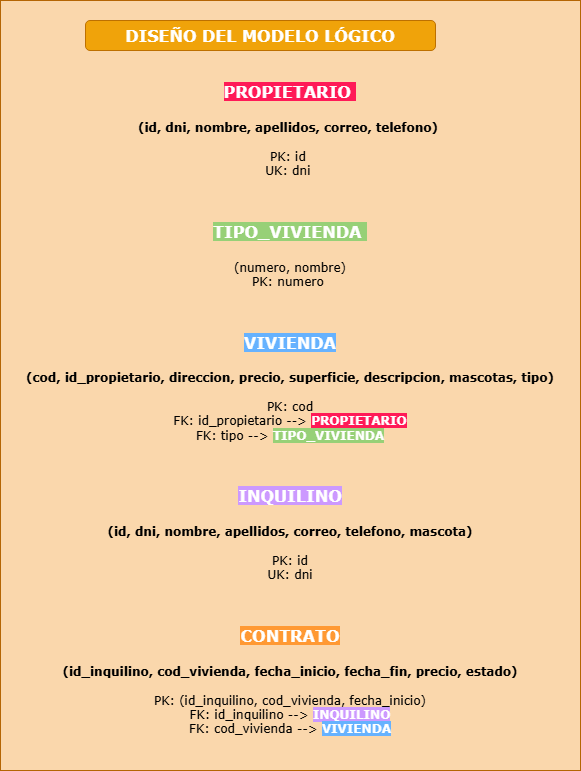
Earlier version of the draw.io export BASE-DATOS/DISEÑO-LOGICO/diagrama-diseño-logico.png (ahdexito/alquilaria). Source tidied: cells renumbered, new cells last; positions are measured from the earlier drawing's top-left corner, leaving out a move shared by most shapes. Source of this version:
```xml
<mxGraphModel>
  <root>
    <mxCell id="0" />
    <mxCell id="1" parent="0" />
    <mxCell id="2" value="&lt;div&gt;&lt;font face=&quot;Verdana&quot;&gt;&lt;br&gt;&lt;/font&gt;&lt;/div&gt;&lt;div&gt;&lt;font face=&quot;Verdana&quot;&gt;&lt;br&gt;&lt;/font&gt;&lt;/div&gt;&lt;b&gt;&lt;font face=&quot;Verdana&quot; style=&quot;font-size: 16px; background-color: rgb(255, 26, 87); color: rgb(255, 255, 255);&quot;&gt;&lt;div&gt;&lt;b&gt;&lt;font face=&quot;Verdana&quot; style=&quot;font-size: 16px; background-color: rgb(255, 26, 87); color: rgb(255, 255, 255);&quot;&gt;&lt;br&gt;&lt;/font&gt;&lt;/b&gt;&lt;/div&gt;PROPIETARIO&amp;nbsp;&lt;/font&gt;&lt;/b&gt;&lt;div&gt;&lt;font face=&quot;Verdana&quot; color=&quot;#ffffff&quot;&gt;&lt;span style=&quot;font-size: 16px;&quot;&gt;&lt;b&gt;&lt;br&gt;&lt;/b&gt;&lt;/span&gt;&lt;/font&gt;&lt;div&gt;&lt;font face=&quot;Verdana&quot;&gt;&lt;b&gt;(id, dni, nombre, apellidos, correo, telefono)&amp;nbsp;&lt;/b&gt;&lt;/font&gt;&lt;/div&gt;&lt;div&gt;&lt;font face=&quot;Verdana&quot;&gt;&lt;b&gt;&lt;br&gt;&lt;/b&gt;&lt;/font&gt;&lt;/div&gt;&lt;div&gt;&lt;font face=&quot;Verdana&quot;&gt;PK: id&amp;nbsp;&lt;/font&gt;&lt;/div&gt;&lt;div&gt;&lt;font face=&quot;Verdana&quot;&gt;UK: dni&amp;nbsp;&lt;/font&gt;&lt;/div&gt;&lt;div&gt;&lt;font face=&quot;Verdana&quot;&gt;&lt;br&gt;&lt;/font&gt;&lt;/div&gt;&lt;div&gt;&lt;font face=&quot;Verdana&quot;&gt;&lt;br&gt;&lt;/font&gt;&lt;/div&gt;&lt;div&gt;&lt;font face=&quot;Verdana&quot;&gt;&lt;br&gt;&lt;/font&gt;&lt;/div&gt;&lt;div&gt;&lt;font face=&quot;Verdana&quot; style=&quot;font-size: 16px; color: rgb(255, 255, 255);&quot;&gt;&lt;b style=&quot;background-color: rgb(151, 208, 119);&quot;&gt;TIPO_VIVIENDA&amp;nbsp;&lt;/b&gt;&lt;/font&gt;&lt;/div&gt;&lt;div&gt;&lt;font face=&quot;Verdana&quot; style=&quot;font-size: 16px; color: rgb(255, 255, 255);&quot;&gt;&lt;b style=&quot;background-color: rgb(151, 208, 119);&quot;&gt;&lt;br&gt;&lt;/b&gt;&lt;/font&gt;&lt;/div&gt;&lt;div&gt;&lt;font face=&quot;Verdana&quot;&gt;(numero, nombre)&lt;/font&gt;&lt;/div&gt;&lt;div&gt;&lt;font face=&quot;Verdana&quot;&gt;PK: numero&amp;nbsp;&lt;/font&gt;&lt;/div&gt;&lt;div&gt;&lt;font face=&quot;Verdana&quot;&gt;&lt;br&gt;&lt;/font&gt;&lt;/div&gt;&lt;div&gt;&lt;font face=&quot;Verdana&quot;&gt;&lt;br&gt;&lt;/font&gt;&lt;/div&gt;&lt;div&gt;&lt;font face=&quot;Verdana&quot;&gt;&lt;br&gt;&lt;/font&gt;&lt;/div&gt;&lt;div&gt;&lt;font face=&quot;Verdana&quot;&gt;&lt;font style=&quot;font-size: 16px; color: rgb(255, 255, 255);&quot;&gt;&lt;b style=&quot;background-color: rgb(102, 178, 255);&quot;&gt;VIVIENDA&lt;/b&gt;&lt;/font&gt;&lt;/font&gt;&lt;/div&gt;&lt;div&gt;&lt;font face=&quot;Verdana&quot;&gt;&lt;font color=&quot;#ffffff&quot;&gt;&lt;span style=&quot;font-size: 16px;&quot;&gt;&lt;b&gt;&lt;br&gt;&lt;/b&gt;&lt;/span&gt;&lt;/font&gt;&lt;b&gt;(cod, id_propietario, direccion, precio, superficie, descripcion, mascotas, tipo)&lt;/b&gt;&lt;/font&gt;&lt;/div&gt;&lt;div&gt;&lt;font face=&quot;Verdana&quot;&gt;&lt;b&gt;&lt;br&gt;&lt;/b&gt;&lt;/font&gt;&lt;/div&gt;&lt;div&gt;&lt;font face=&quot;Verdana&quot;&gt;PK: cod&lt;br&gt;FK: id_propietario --&amp;gt; &lt;font style=&quot;color: rgb(255, 255, 255);&quot;&gt;&lt;b style=&quot;background-color: rgb(255, 26, 87);&quot;&gt;PROPIETARIO&lt;/b&gt;&lt;/font&gt;&lt;br&gt;FK: tipo --&amp;gt; &lt;font style=&quot;color: rgb(255, 255, 255);&quot;&gt;&lt;b style=&quot;background-color: rgb(151, 208, 119);&quot;&gt;TIPO_VIVIENDA&lt;/b&gt;&lt;/font&gt;&lt;/font&gt;&lt;/div&gt;&lt;div&gt;&lt;font face=&quot;Verdana&quot;&gt;&lt;br&gt;&lt;/font&gt;&lt;/div&gt;&lt;div&gt;&lt;font face=&quot;Verdana&quot;&gt;&lt;br&gt;&lt;/font&gt;&lt;/div&gt;&lt;div&gt;&lt;font face=&quot;Verdana&quot;&gt;&lt;br&gt;&lt;font&gt;&lt;b style=&quot;&quot;&gt;&lt;font style=&quot;font-size: 16px; color: rgb(255, 255, 255); background-color: rgb(204, 153, 255);&quot;&gt;INQUILINO&lt;/font&gt;&lt;/b&gt;&lt;/font&gt;&lt;/font&gt;&lt;/div&gt;&lt;div&gt;&lt;font face=&quot;Verdana&quot;&gt;&lt;font&gt;&lt;font color=&quot;#ffffff&quot;&gt;&lt;span style=&quot;font-size: 16px;&quot;&gt;&lt;b&gt;&lt;br&gt;&lt;/b&gt;&lt;/span&gt;&lt;/font&gt;&lt;/font&gt;&lt;b&gt;(id, dni, nombre, apellidos, correo, telefono, mascota)&lt;/b&gt;&lt;/font&gt;&lt;/div&gt;&lt;div&gt;&lt;font face=&quot;Verdana&quot;&gt;&lt;b&gt;&lt;br&gt;&lt;/b&gt;PK: id&lt;br&gt;UK: dni&lt;/font&gt;&lt;/div&gt;&lt;div&gt;&lt;font face=&quot;Verdana&quot;&gt;&lt;br&gt;&lt;/font&gt;&lt;/div&gt;&lt;div&gt;&lt;font face=&quot;Verdana&quot;&gt;&lt;br&gt;&lt;/font&gt;&lt;/div&gt;&lt;div&gt;&lt;font face=&quot;Verdana&quot;&gt;&lt;br&gt;&lt;font&gt;&lt;b style=&quot;&quot;&gt;&lt;font style=&quot;font-size: 16px; color: rgb(255, 255, 255); background-color: rgb(255, 153, 51);&quot;&gt;CONTRATO&lt;/font&gt;&lt;/b&gt;&lt;/font&gt;&lt;/font&gt;&lt;/div&gt;&lt;div&gt;&lt;font face=&quot;Verdana&quot;&gt;&lt;font&gt;&lt;font color=&quot;#ffffff&quot;&gt;&lt;span style=&quot;font-size: 16px;&quot;&gt;&lt;b&gt;&lt;br&gt;&lt;/b&gt;&lt;/span&gt;&lt;/font&gt;&lt;/font&gt;&lt;b&gt;(id_inquilino, cod_vivienda, fecha_inicio, fecha_fin, precio, estado)&lt;/b&gt;&lt;/font&gt;&lt;/div&gt;&lt;div&gt;&lt;font face=&quot;Verdana&quot;&gt;&lt;b&gt;&lt;br&gt;&lt;/b&gt;PK: (id_inquilino, cod_vivienda, fecha_inicio)&lt;br&gt;FK: id_inquilino --&amp;gt; &lt;font style=&quot;color: rgb(255, 255, 255);&quot;&gt;&lt;b style=&quot;background-color: rgb(204, 153, 255);&quot;&gt;INQUILINO&lt;/b&gt;&lt;/font&gt;&lt;br&gt;FK: cod_vivienda --&amp;gt; &lt;font style=&quot;color: rgb(255, 255, 255);&quot;&gt;&lt;b style=&quot;background-color: rgb(102, 178, 255);&quot;&gt;VIVIENDA&lt;/b&gt;&lt;/font&gt;&lt;/font&gt;&lt;/div&gt;&lt;/div&gt;" style="rounded=0;whiteSpace=wrap;html=1;fillColor=#fad7ac;strokeColor=#b46504;" parent="1" vertex="1">
      <mxGeometry width="580" height="770" as="geometry" />
    </mxCell>
    <mxCell id="3" value="&lt;b&gt;&lt;font face=&quot;Verdana&quot; style=&quot;font-size: 16px; color: rgb(255, 255, 255);&quot;&gt;DISEÑO DEL MODELO LÓGICO&lt;/font&gt;&lt;/b&gt;" style="rounded=1;whiteSpace=wrap;html=1;fillColor=#f0a30a;strokeColor=#BD7000;fontColor=#000000;" parent="1" vertex="1">
      <mxGeometry x="85" y="20" width="350" height="30" as="geometry" />
    </mxCell>
  </root>
</mxGraphModel>
```
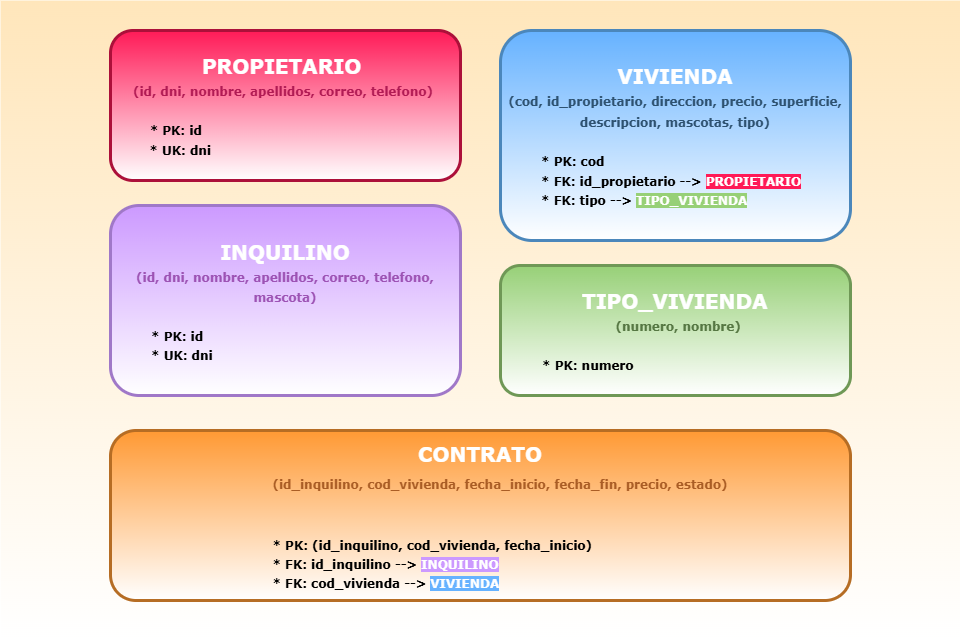
The same diagram one commit later.

What changed in the source:
```diff
@@ -2,11 +2,23 @@
   <root>
     <mxCell id="0" />
     <mxCell id="1" parent="0" />
-    <mxCell id="2" value="&lt;div&gt;&lt;font face=&quot;Verdana&quot;&gt;&lt;br&gt;&lt;/font&gt;&lt;/div&gt;&lt;div&gt;&lt;font face=&quot;Verdana&quot;&gt;&lt;br&gt;&lt;/font&gt;&lt;/div&gt;&lt;b&gt;&lt;font face=&quot;Verdana&quot; style=&quot;font-size: 16px; background-color: rgb(255, 26, 87); color: rgb(255, 255, 255);&quot;&gt;&lt;div&gt;&lt;b&gt;&lt;font face=&quot;Verdana&quot; style=&quot;font-size: 16px; background-color: rgb(255, 26, 87); color: rgb(255, 255, 255);&quot;&gt;&lt;br&gt;&lt;/font&gt;&lt;/b&gt;&lt;/div&gt;PROPIETARIO&amp;nbsp;&lt;/font&gt;&lt;/b&gt;&lt;div&gt;&lt;font face=&quot;Verdana&quot; color=&quot;#ffffff&quot;&gt;&lt;span style=&quot;font-size: 16px;&quot;&gt;&lt;b&gt;&lt;br&gt;&lt;/b&gt;&lt;/span&gt;&lt;/font&gt;&lt;div&gt;&lt;font face=&quot;Verdana&quot;&gt;&lt;b&gt;(id, dni, nombre, apellidos, correo, telefono)&amp;nbsp;&lt;/b&gt;&lt;/font&gt;&lt;/div&gt;&lt;div&gt;&lt;font face=&quot;Verdana&quot;&gt;&lt;b&gt;&lt;br&gt;&lt;/b&gt;&lt;/font&gt;&lt;/div&gt;&lt;div&gt;&lt;font face=&quot;Verdana&quot;&gt;PK: id&amp;nbsp;&lt;/font&gt;&lt;/div&gt;&lt;div&gt;&lt;font face=&quot;Verdana&quot;&gt;UK: dni&amp;nbsp;&lt;/font&gt;&lt;/div&gt;&lt;div&gt;&lt;font face=&quot;Verdana&quot;&gt;&lt;br&gt;&lt;/font&gt;&lt;/div&gt;&lt;div&gt;&lt;font face=&quot;Verdana&quot;&gt;&lt;br&gt;&lt;/font&gt;&lt;/div&gt;&lt;div&gt;&lt;font face=&quot;Verdana&quot;&gt;&lt;br&gt;&lt;/font&gt;&lt;/div&gt;&lt;div&gt;&lt;font face=&quot;Verdana&quot; style=&quot;font-size: 16px; color: rgb(255, 255, 255);&quot;&gt;&lt;b style=&quot;background-color: rgb(151, 208, 119);&quot;&gt;TIPO_VIVIENDA&amp;nbsp;&lt;/b&gt;&lt;/font&gt;&lt;/div&gt;&lt;div&gt;&lt;font face=&quot;Verdana&quot; style=&quot;font-size: 16px; color: rgb(255, 255, 255);&quot;&gt;&lt;b style=&quot;background-color: rgb(151, 208, 119);&quot;&gt;&lt;br&gt;&lt;/b&gt;&lt;/font&gt;&lt;/div&gt;&lt;div&gt;&lt;font face=&quot;Verdana&quot;&gt;(numero, nombre)&lt;/font&gt;&lt;/div&gt;&lt;div&gt;&lt;font face=&quot;Verdana&quot;&gt;PK: numero&amp;nbsp;&lt;/font&gt;&lt;/div&gt;&lt;div&gt;&lt;font face=&quot;Verdana&quot;&gt;&lt;br&gt;&lt;/font&gt;&lt;/div&gt;&lt;div&gt;&lt;font face=&quot;Verdana&quot;&gt;&lt;br&gt;&lt;/font&gt;&lt;/div&gt;&lt;div&gt;&lt;font face=&quot;Verdana&quot;&gt;&lt;br&gt;&lt;/font&gt;&lt;/div&gt;&lt;div&gt;&lt;font face=&quot;Verdana&quot;&gt;&lt;font style=&quot;font-size: 16px; color: rgb(255, 255, 255);&quot;&gt;&lt;b style=&quot;background-color: rgb(102, 178, 255);&quot;&gt;VIVIENDA&lt;/b&gt;&lt;/font&gt;&lt;/font&gt;&lt;/div&gt;&lt;div&gt;&lt;font face=&quot;Verdana&quot;&gt;&lt;font color=&quot;#ffffff&quot;&gt;&lt;span style=&quot;font-size: 16px;&quot;&gt;&lt;b&gt;&lt;br&gt;&lt;/b&gt;&lt;/span&gt;&lt;/font&gt;&lt;b&gt;(cod, id_propietario, direccion, precio, superficie, descripcion, mascotas, tipo)&lt;/b&gt;&lt;/font&gt;&lt;/div&gt;&lt;div&gt;&lt;font face=&quot;Verdana&quot;&gt;&lt;b&gt;&lt;br&gt;&lt;/b&gt;&lt;/font&gt;&lt;/div&gt;&lt;div&gt;&lt;font face=&quot;Verdana&quot;&gt;PK: cod&lt;br&gt;FK: id_propietario --&amp;gt; &lt;font style=&quot;color: rgb(255, 255, 255);&quot;&gt;&lt;b style=&quot;background-color: rgb(255, 26, 87);&quot;&gt;PROPIETARIO&lt;/b&gt;&lt;/font&gt;&lt;br&gt;FK: tipo --&amp;gt; &lt;font style=&quot;color: rgb(255, 255, 255);&quot;&gt;&lt;b style=&quot;background-color: rgb(151, 208, 119);&quot;&gt;TIPO_VIVIENDA&lt;/b&gt;&lt;/font&gt;&lt;/font&gt;&lt;/div&gt;&lt;div&gt;&lt;font face=&quot;Verdana&quot;&gt;&lt;br&gt;&lt;/font&gt;&lt;/div&gt;&lt;div&gt;&lt;font face=&quot;Verdana&quot;&gt;&lt;br&gt;&lt;/font&gt;&lt;/div&gt;&lt;div&gt;&lt;font face=&quot;Verdana&quot;&gt;&lt;br&gt;&lt;font&gt;&lt;b style=&quot;&quot;&gt;&lt;font style=&quot;font-size: 16px; color: rgb(255, 255, 255); background-color: rgb(204, 153, 255);&quot;&gt;INQUILINO&lt;/font&gt;&lt;/b&gt;&lt;/font&gt;&lt;/font&gt;&lt;/div&gt;&lt;div&gt;&lt;font face=&quot;Verdana&quot;&gt;&lt;font&gt;&lt;font color=&quot;#ffffff&quot;&gt;&lt;span style=&quot;font-size: 16px;&quot;&gt;&lt;b&gt;&lt;br&gt;&lt;/b&gt;&lt;/span&gt;&lt;/font&gt;&lt;/font&gt;&lt;b&gt;(id, dni, nombre, apellidos, correo, telefono, mascota)&lt;/b&gt;&lt;/font&gt;&lt;/div&gt;&lt;div&gt;&lt;font face=&quot;Verdana&quot;&gt;&lt;b&gt;&lt;br&gt;&lt;/b&gt;PK: id&lt;br&gt;UK: dni&lt;/font&gt;&lt;/div&gt;&lt;div&gt;&lt;font face=&quot;Verdana&quot;&gt;&lt;br&gt;&lt;/font&gt;&lt;/div&gt;&lt;div&gt;&lt;font face=&quot;Verdana&quot;&gt;&lt;br&gt;&lt;/font&gt;&lt;/div&gt;&lt;div&gt;&lt;font face=&quot;Verdana&quot;&gt;&lt;br&gt;&lt;font&gt;&lt;b style=&quot;&quot;&gt;&lt;font style=&quot;font-size: 16px; color: rgb(255, 255, 255); background-color: rgb(255, 153, 51);&quot;&gt;CONTRATO&lt;/font&gt;&lt;/b&gt;&lt;/font&gt;&lt;/font&gt;&lt;/div&gt;&lt;div&gt;&lt;font face=&quot;Verdana&quot;&gt;&lt;font&gt;&lt;font color=&quot;#ffffff&quot;&gt;&lt;span style=&quot;font-size: 16px;&quot;&gt;&lt;b&gt;&lt;br&gt;&lt;/b&gt;&lt;/span&gt;&lt;/font&gt;&lt;/font&gt;&lt;b&gt;(id_inquilino, cod_vivienda, fecha_inicio, fecha_fin, precio, estado)&lt;/b&gt;&lt;/font&gt;&lt;/div&gt;&lt;div&gt;&lt;font face=&quot;Verdana&quot;&gt;&lt;b&gt;&lt;br&gt;&lt;/b&gt;PK: (id_inquilino, cod_vivienda, fecha_inicio)&lt;br&gt;FK: id_inquilino --&amp;gt; &lt;font style=&quot;color: rgb(255, 255, 255);&quot;&gt;&lt;b style=&quot;background-color: rgb(204, 153, 255);&quot;&gt;INQUILINO&lt;/b&gt;&lt;/font&gt;&lt;br&gt;FK: cod_vivienda --&amp;gt; &lt;font style=&quot;color: rgb(255, 255, 255);&quot;&gt;&lt;b style=&quot;background-color: rgb(102, 178, 255);&quot;&gt;VIVIENDA&lt;/b&gt;&lt;/font&gt;&lt;/font&gt;&lt;/div&gt;&lt;/div&gt;" style="rounded=0;whiteSpace=wrap;html=1;fillColor=#fad7ac;strokeColor=#b46504;" parent="1" vertex="1">
-      <mxGeometry width="580" height="770" as="geometry" />
+    <mxCell id="2" style="rounded=0;whiteSpace=wrap;html=1;fillColor=#FFE6BB;strokeColor=none;gradientColor=#FFFFFF;gradientDirection=south;" parent="1" vertex="1">
+      <mxGeometry width="960" height="640" as="geometry" />
     </mxCell>
-    <mxCell id="3" value="&lt;b&gt;&lt;font face=&quot;Verdana&quot; style=&quot;font-size: 16px; color: rgb(255, 255, 255);&quot;&gt;DISEÑO DEL MODELO LÓGICO&lt;/font&gt;&lt;/b&gt;" style="rounded=1;whiteSpace=wrap;html=1;fillColor=#f0a30a;strokeColor=#BD7000;fontColor=#000000;" parent="1" vertex="1">
-      <mxGeometry x="85" y="20" width="350" height="30" as="geometry" />
-    </mxCell>
+    <mxCell id="4" value="&lt;div style=&quot;line-height: 160%;&quot;&gt;&lt;b&gt;&lt;font style=&quot;color: rgb(255, 255, 255); font-size: 20px; line-height: 160%;&quot; face=&quot;Verdana&quot;&gt;PROPIETARIO&amp;nbsp;&lt;/font&gt;&lt;/b&gt;&lt;div&gt;&lt;b style=&quot;color: light-dark(rgb(177, 27, 84), rgb(255, 152, 201)); font-family: Verdana; text-align: left; background-color: transparent;&quot;&gt;(id, dni, nombre, apellidos, correo, telefono)&amp;nbsp;&lt;/b&gt;&lt;/div&gt;&lt;font face=&quot;Verdana&quot;&gt;&lt;div&gt;&lt;font face=&quot;Verdana&quot;&gt;&lt;br&gt;&lt;/font&gt;&lt;/div&gt;&lt;/font&gt;&lt;div&gt;&lt;div&gt;&lt;div style=&quot;text-align: left;&quot;&gt;&lt;font face=&quot;Verdana&quot;&gt;&amp;nbsp; &amp;nbsp;&lt;b&gt; * PK: id&amp;nbsp;&lt;/b&gt;&lt;/font&gt;&lt;/div&gt;&lt;div style=&quot;text-align: left;&quot;&gt;&lt;span style=&quot;background-color: transparent; color: light-dark(rgb(0, 0, 0), rgb(255, 255, 255)); font-family: Verdana;&quot;&gt;&lt;b&gt;&amp;nbsp; &amp;nbsp; * UK: dni&amp;nbsp;&lt;/b&gt;&lt;/span&gt;&lt;/div&gt;&lt;/div&gt;&lt;/div&gt;&lt;blockquote style=&quot;margin: 0 0 0 40px; border: none; padding: 0px;&quot;&gt;&lt;div style=&quot;text-align: left;&quot;&gt;&lt;/div&gt;&lt;/blockquote&gt;&lt;/div&gt;" style="rounded=1;whiteSpace=wrap;html=1;fillColor=#FF1A57;gradientColor=#FFFFFF;strokeWidth=3;strokeColor=#AC103A;" parent="1" vertex="1">
+      <mxGeometry x="110" y="30" width="350" height="150" as="geometry" />
+    </mxCell>
+    <mxCell id="5" value="&lt;div style=&quot;line-height: 160%;&quot;&gt;&lt;blockquote style=&quot;margin: 0 0 0 40px; border: none; padding: 0px;&quot;&gt;&lt;blockquote style=&quot;margin: 0 0 0 40px; border: none; padding: 0px;&quot;&gt;&lt;div style=&quot;text-align: center;&quot;&gt;&lt;font style=&quot;color: rgb(255, 255, 255); font-size: 20px; line-height: 160%;&quot; face=&quot;Verdana&quot;&gt;&lt;b&gt;TIPO_VIVIENDA&amp;nbsp;&lt;/b&gt;&lt;/font&gt;&lt;/div&gt;&lt;/blockquote&gt;&lt;blockquote style=&quot;margin: 0 0 0 40px; border: none; padding: 0px;&quot;&gt;&lt;div style=&quot;text-align: center;&quot;&gt;&lt;b style=&quot;background-color: transparent; color: light-dark(rgb(86, 119, 67), rgb(125, 153, 108)); font-family: Verdana;&quot;&gt;(numero, nombre)&lt;/b&gt;&lt;/div&gt;&lt;/blockquote&gt;&lt;/blockquote&gt;&lt;blockquote style=&quot;margin: 0 0 0 40px; border: none; padding: 0px;&quot;&gt;&lt;blockquote style=&quot;margin: 0 0 0 40px; border: none; padding: 0px;&quot;&gt;&lt;div style=&quot;text-align: center;&quot;&gt;&lt;br&gt;&lt;/div&gt;&lt;/blockquote&gt;&lt;/blockquote&gt;&lt;blockquote style=&quot;margin: 0 0 0 40px; border: none; padding: 0px;&quot;&gt;&lt;div&gt;&lt;span style=&quot;background-color: transparent; color: light-dark(rgb(0, 0, 0), rgb(255, 255, 255)); font-family: Verdana;&quot;&gt;&lt;b&gt;* PK: numero&lt;/b&gt;&lt;/span&gt;&lt;/div&gt;&lt;/blockquote&gt;&lt;/div&gt;" style="rounded=1;whiteSpace=wrap;html=1;fillColor=#97D077;gradientColor=#FFFFFF;align=left;strokeWidth=3;strokeColor=#6F9856;" parent="1" vertex="1">
+      <mxGeometry x="500" y="265" width="350" height="130" as="geometry" />
+    </mxCell>
+    <mxCell id="6" value="&lt;div style=&quot;line-height: 160%;&quot;&gt;&lt;div&gt;&lt;font face=&quot;Verdana&quot;&gt;&lt;font style=&quot;color: rgb(255, 255, 255); font-size: 20px; line-height: 160%;&quot;&gt;&lt;b&gt;VIVIENDA&lt;/b&gt;&lt;/font&gt;&lt;/font&gt;&lt;/div&gt;&lt;div&gt;&lt;b style=&quot;text-align: left; color: light-dark(rgb(46, 82, 113), rgb(145, 176, 203)); font-family: Verdana; background-color: transparent;&quot;&gt;(cod, id_propietario, direccion, precio, superficie, descripcion, mascotas, tipo)&lt;/b&gt;&lt;/div&gt;&lt;div style=&quot;text-align: left;&quot;&gt;&lt;br&gt;&lt;/div&gt;&lt;blockquote style=&quot;margin: 0 0 0 40px; border: none; padding: 0px;&quot;&gt;&lt;div&gt;&lt;div style=&quot;text-align: left;&quot;&gt;&lt;span style=&quot;font-family: Verdana; background-color: transparent; color: light-dark(rgb(0, 0, 0), rgb(255, 255, 255));&quot;&gt;&lt;b&gt;* PK: cod&lt;/b&gt;&lt;/span&gt;&lt;/div&gt;&lt;/div&gt;&lt;div&gt;&lt;font face=&quot;Verdana&quot;&gt;&lt;div style=&quot;text-align: left;&quot;&gt;&lt;b&gt;&lt;span style=&quot;background-color: transparent; color: light-dark(rgb(0, 0, 0), rgb(255, 255, 255));&quot;&gt;* FK: id_propietario --&amp;gt;&amp;nbsp;&lt;/span&gt;&lt;font style=&quot;background-color: transparent; color: rgb(255, 255, 255);&quot;&gt;&lt;span style=&quot;background-color: rgb(255, 26, 87);&quot;&gt;PROPIETARIO&lt;/span&gt;&lt;/font&gt;&lt;/b&gt;&lt;/div&gt;&lt;/font&gt;&lt;/div&gt;&lt;div&gt;&lt;font face=&quot;Verdana&quot;&gt;&lt;div style=&quot;text-align: left;&quot;&gt;&lt;b&gt;&lt;span style=&quot;background-color: transparent; color: light-dark(rgb(0, 0, 0), rgb(255, 255, 255));&quot;&gt;* FK: tipo --&amp;gt;&amp;nbsp;&lt;/span&gt;&lt;font style=&quot;background-color: transparent; color: rgb(255, 255, 255);&quot;&gt;&lt;span style=&quot;background-color: rgb(151, 208, 119);&quot;&gt;TIPO_VIVIENDA&lt;/span&gt;&lt;/font&gt;&lt;/b&gt;&lt;/div&gt;&lt;/font&gt;&lt;/div&gt;&lt;/blockquote&gt;&lt;/div&gt;" style="rounded=1;whiteSpace=wrap;html=1;fillColor=#66B2FF;gradientColor=#FFFFFF;strokeColor=#4B87BB;strokeWidth=3;" parent="1" vertex="1">
+      <mxGeometry x="500" y="30" width="350" height="210" as="geometry" />
+    </mxCell>
+    <mxCell id="7" value="&lt;div style=&quot;line-height: 160%;&quot;&gt;&lt;div&gt;&lt;font face=&quot;Verdana&quot;&gt;&lt;b&gt;&lt;font style=&quot;color: rgb(255, 255, 255); font-size: 20px; line-height: 160%;&quot;&gt;INQUILINO&lt;/font&gt;&lt;/b&gt;&lt;/font&gt;&lt;/div&gt;&lt;font style=&quot;color: rgb(157, 83, 180);&quot;&gt;&lt;b&gt;&lt;span style=&quot;font-family: Verdana; background-color: transparent;&quot;&gt;(id, dni, nombre, apellidos, correo, telefono, mascota)&lt;/span&gt;&lt;br&gt;&lt;/b&gt;&lt;/font&gt;&lt;blockquote style=&quot;margin: 0 0 0 40px; border: none; padding: 0px;&quot;&gt;&lt;div&gt;&lt;div style=&quot;&quot;&gt;&lt;br&gt;&lt;/div&gt;&lt;/div&gt;&lt;div&gt;&lt;font face=&quot;Verdana&quot;&gt;&lt;div style=&quot;text-align: left;&quot;&gt;&lt;span style=&quot;background-color: transparent; color: light-dark(rgb(0, 0, 0), rgb(255, 255, 255));&quot;&gt;&lt;b&gt;* PK: id&lt;/b&gt;&lt;/span&gt;&lt;/div&gt;&lt;/font&gt;&lt;/div&gt;&lt;div&gt;&lt;font face=&quot;Verdana&quot;&gt;&lt;div style=&quot;text-align: left;&quot;&gt;&lt;span style=&quot;background-color: transparent; color: light-dark(rgb(0, 0, 0), rgb(255, 255, 255));&quot;&gt;&lt;b&gt;* UK: dni&lt;/b&gt;&lt;/span&gt;&lt;/div&gt;&lt;/font&gt;&lt;/div&gt;&lt;/blockquote&gt;&lt;/div&gt;" style="rounded=1;whiteSpace=wrap;html=1;fillColor=#CC99FF;gradientColor=#FFFFFF;strokeWidth=3;strokeColor=#A078C8;" parent="1" vertex="1">
+      <mxGeometry x="110" y="205" width="350" height="190" as="geometry" />
+    </mxCell>
+    <mxCell id="8" value="&lt;div style=&quot;line-height: 160%;&quot;&gt;&lt;div&gt;&lt;font face=&quot;Verdana&quot;&gt;&lt;b&gt;&lt;font style=&quot;color: rgb(255, 255, 255); line-height: 160%; font-size: 20px;&quot;&gt;CONTRATO&lt;/font&gt;&lt;/b&gt;&lt;/font&gt;&lt;/div&gt;&lt;blockquote style=&quot;margin: 0 0 0 40px; border: none; padding: 0px;&quot;&gt;&lt;div&gt;&lt;font face=&quot;Verdana&quot;&gt;&lt;font style=&quot;color: rgb(170, 93, 37);&quot;&gt;&lt;span style=&quot;font-size: 16px; line-height: 160%;&quot;&gt;&lt;b&gt;&lt;div style=&quot;text-align: left;&quot;&gt;&lt;b style=&quot;background-color: transparent; font-size: 12px; line-height: 160%;&quot;&gt;(id_inquilino, cod_vivienda, fecha_inicio, fecha_fin, precio, estado)&lt;/b&gt;&lt;/div&gt;&lt;/b&gt;&lt;/span&gt;&lt;/font&gt;&lt;/font&gt;&lt;/div&gt;&lt;div&gt;&lt;div style=&quot;text-align: left;&quot;&gt;&lt;font face=&quot;Verdana&quot;&gt;&lt;b&gt;&lt;br&gt;&lt;/b&gt;&lt;/font&gt;&lt;/div&gt;&lt;/div&gt;&lt;div style=&quot;text-align: left;&quot;&gt;&lt;font face=&quot;Verdana&quot;&gt;&lt;b&gt;&lt;br&gt;&lt;/b&gt;&lt;/font&gt;&lt;/div&gt;&lt;div&gt;&lt;font face=&quot;Verdana&quot;&gt;&lt;div style=&quot;text-align: left;&quot;&gt;&lt;span style=&quot;background-color: transparent; color: light-dark(rgb(0, 0, 0), rgb(255, 255, 255));&quot;&gt;&lt;b&gt;* PK: (id_inquilino, cod_vivienda, fecha_inicio)&lt;/b&gt;&lt;/span&gt;&lt;/div&gt;&lt;/font&gt;&lt;/div&gt;&lt;div&gt;&lt;font face=&quot;Verdana&quot;&gt;&lt;div style=&quot;text-align: left;&quot;&gt;&lt;b&gt;&lt;span style=&quot;background-color: transparent; color: light-dark(rgb(0, 0, 0), rgb(255, 255, 255));&quot;&gt;* FK: id_inquilino --&amp;gt;&amp;nbsp;&lt;/span&gt;&lt;font style=&quot;background-color: transparent; color: rgb(255, 255, 255);&quot;&gt;&lt;span style=&quot;background-color: rgb(204, 153, 255);&quot;&gt;INQUILINO&lt;/span&gt;&lt;/font&gt;&lt;/b&gt;&lt;/div&gt;&lt;/font&gt;&lt;/div&gt;&lt;div&gt;&lt;font face=&quot;Verdana&quot;&gt;&lt;div style=&quot;text-align: left;&quot;&gt;&lt;b&gt;&lt;span style=&quot;background-color: transparent; color: light-dark(rgb(0, 0, 0), rgb(255, 255, 255));&quot;&gt;* FK: cod_vivienda --&amp;gt;&amp;nbsp;&lt;/span&gt;&lt;font style=&quot;background-color: transparent; color: rgb(255, 255, 255);&quot;&gt;&lt;span style=&quot;background-color: rgb(102, 178, 255);&quot;&gt;VIVIENDA&lt;/span&gt;&lt;/font&gt;&lt;/b&gt;&lt;/div&gt;&lt;/font&gt;&lt;/div&gt;&lt;/blockquote&gt;&lt;/div&gt;" style="rounded=1;whiteSpace=wrap;html=1;fillColor=#FF9933;gradientColor=#FFFFFF;gradientDirection=south;strokeWidth=3;strokeColor=#B66D24;" parent="1" vertex="1">
+      <mxGeometry x="110" y="430" width="740" height="170" as="geometry" />
+    </mxCell>
   </root>
 </mxGraphModel>
```
